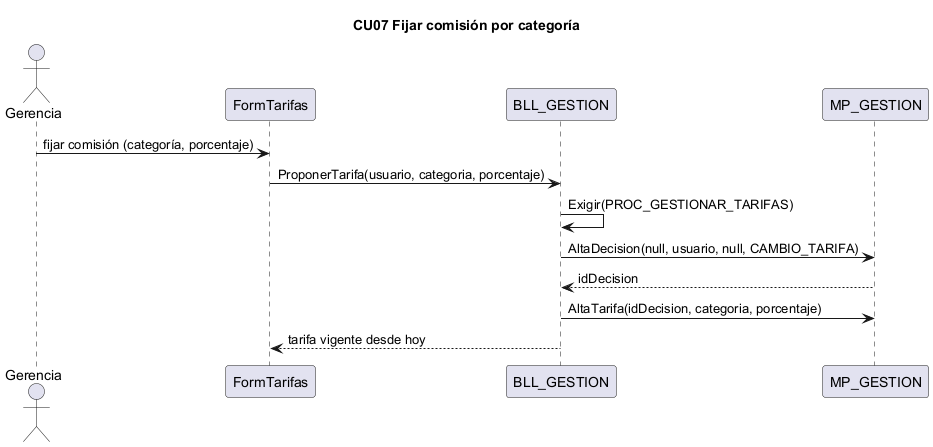
Before: docs/diagramas/secuencias_png/CU07.png, a diagram exported from PlantUML (L-Muniz/uai-diploma_2026). Its diagram source:
```plantuml
@startuml CU07
title CU07 Fijar comisión por categoría
actor Gerencia
participant "FormTarifas" as IU
participant "BLL_GESTION" as BLL
participant "MP_GESTION" as DAL
Gerencia -> IU : fijar comisión (categoría, porcentaje)
IU -> BLL : ProponerTarifa(usuario, categoria, porcentaje)
BLL -> BLL : Exigir(PROC_GESTIONAR_TARIFAS)
BLL -> DAL : AltaDecision(null, usuario, null, CAMBIO_TARIFA)
DAL --> BLL : idDecision
BLL -> DAL : AltaTarifa(idDecision, categoria, porcentaje)
BLL --> IU : tarifa vigente desde hoy
@enduml
```
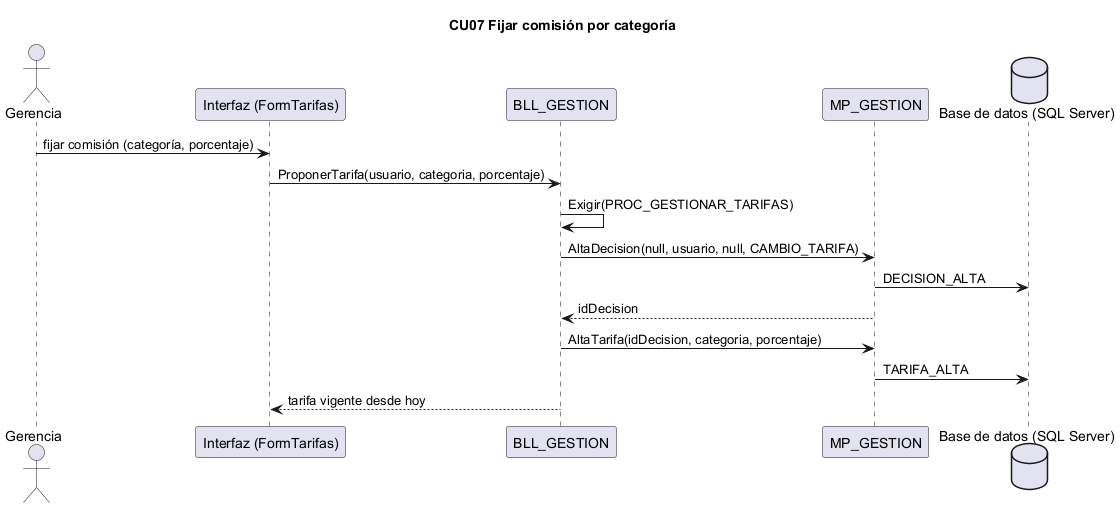
Above is the later version.

The edit, as a diff of the source:
```diff
@@ -1,14 +1,17 @@
 @startuml CU07
 title CU07 Fijar comisión por categoría
 actor Gerencia
-participant "FormTarifas" as IU
+participant "Interfaz (FormTarifas)" as IU
 participant "BLL_GESTION" as BLL
 participant "MP_GESTION" as DAL
+database "Base de datos (SQL Server)" as BD
 Gerencia -> IU : fijar comisión (categoría, porcentaje)
 IU -> BLL : ProponerTarifa(usuario, categoria, porcentaje)
 BLL -> BLL : Exigir(PROC_GESTIONAR_TARIFAS)
 BLL -> DAL : AltaDecision(null, usuario, null, CAMBIO_TARIFA)
+DAL -> BD : DECISION_ALTA
 DAL --> BLL : idDecision
 BLL -> DAL : AltaTarifa(idDecision, categoria, porcentaje)
+DAL -> BD : TARIFA_ALTA
 BLL --> IU : tarifa vigente desde hoy
 @enduml
```
